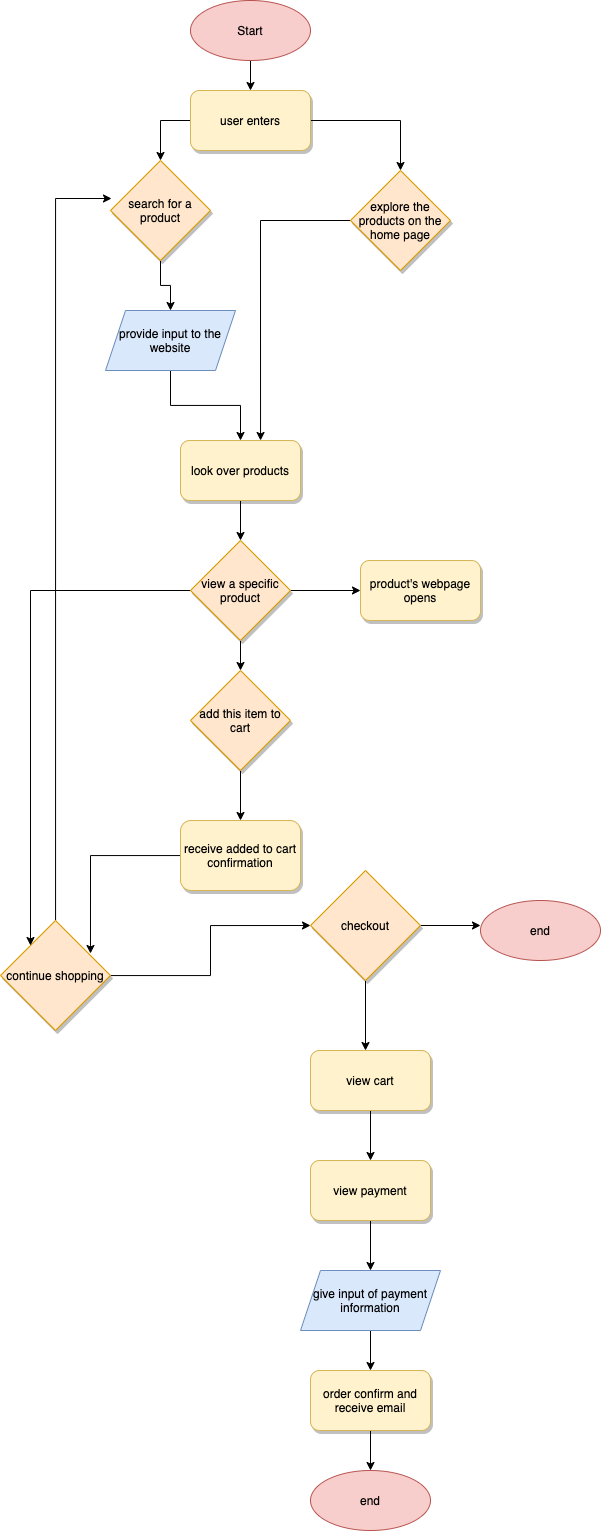
The draw.io diagram explore/diagramming/test.drawio.png in carolli014/fa21-cse110-lab4, before a commit. Source tidied: cells renumbered, new cells last; positions are measured from the earlier drawing's top-left corner, leaving out a move shared by most shapes.
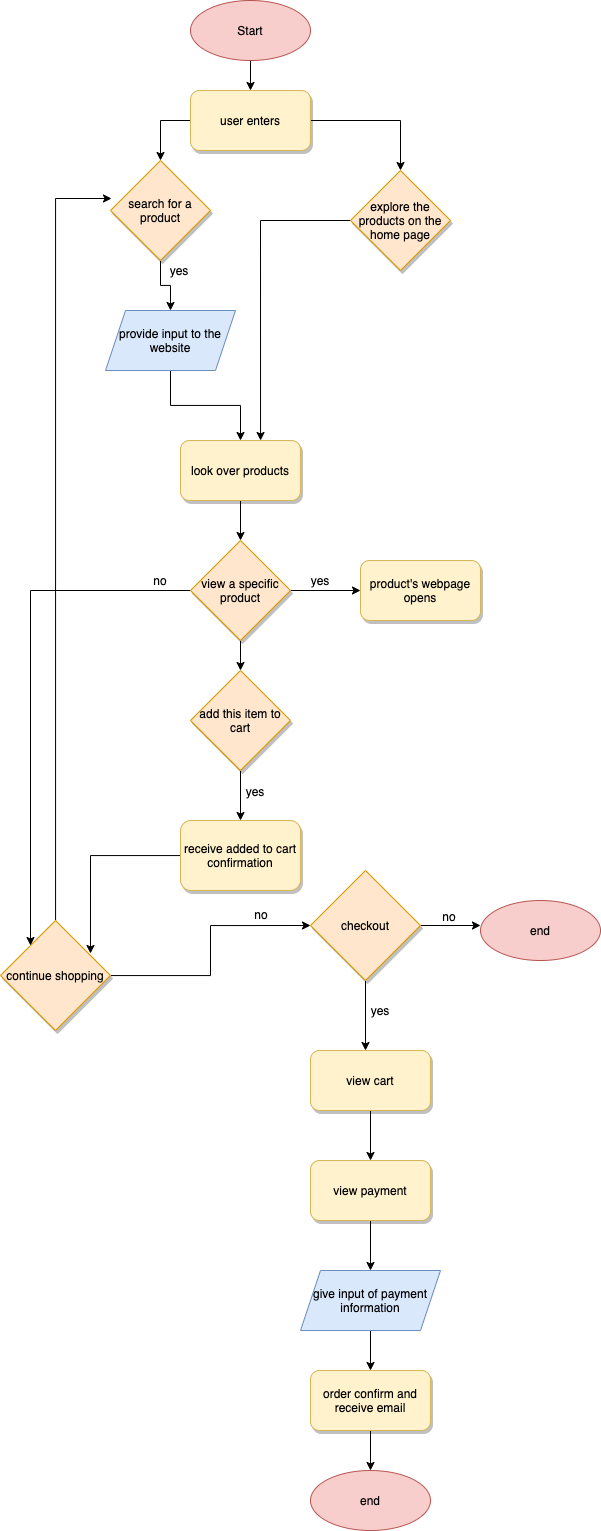
The same diagram one commit later.

What changed in the source:
```diff
@@ -70,13 +70,13 @@
     <mxCell id="21" value="checkout" style="rhombus;whiteSpace=wrap;html=1;fillColor=#ffe6cc;shadow=1;strokeColor=#d79b00;fontColor=#000000;" parent="1" vertex="1">
       <mxGeometry x="310" y="870" width="110" height="110" as="geometry" />
     </mxCell>
-    <mxCell id="22" value="no" style="text;html=1;strokeColor=none;fillColor=none;align=center;verticalAlign=middle;whiteSpace=wrap;rounded=0;shadow=1;fontColor=#FFFFFF;" parent="1" vertex="1">
+    <mxCell id="22" value="no" style="text;html=1;strokeColor=none;fillColor=none;align=center;verticalAlign=middle;whiteSpace=wrap;rounded=0;shadow=1;fontColor=#000000;" parent="1" vertex="1">
       <mxGeometry x="241" y="904" width="40" height="20" as="geometry" />
     </mxCell>
     <mxCell id="23" value="end" style="ellipse;whiteSpace=wrap;html=1;fillColor=#f8cecc;strokeColor=#b85450;fontColor=#000000;" parent="1" vertex="1">
       <mxGeometry x="480" y="900" width="120" height="60" as="geometry" />
     </mxCell>
-    <mxCell id="24" value="no" style="text;html=1;strokeColor=none;fillColor=none;align=center;verticalAlign=middle;whiteSpace=wrap;rounded=0;shadow=1;fontColor=#FFFFFF;" parent="1" vertex="1">
+    <mxCell id="24" value="no" style="text;html=1;strokeColor=none;fillColor=none;align=center;verticalAlign=middle;whiteSpace=wrap;rounded=0;shadow=1;fontColor=#000000;" parent="1" vertex="1">
       <mxGeometry x="429" y="906" width="40" height="20" as="geometry" />
     </mxCell>
     <mxCell id="25" style="edgeStyle=orthogonalEdgeStyle;rounded=0;jettySize=auto;html=1;entryX=0.5;entryY=0;entryDx=0;entryDy=0;fontColor=#FFFFFF;" parent="1" edge="1" source="26" target="29">
@@ -85,7 +85,7 @@
     <mxCell id="26" value="view cart" style="rounded=1;whiteSpace=wrap;html=1;shadow=1;fillColor=#fff2cc;strokeColor=#d6b656;fontColor=#000000;" parent="1" vertex="1">
       <mxGeometry x="310" y="1050" width="120" height="60" as="geometry" />
     </mxCell>
-    <mxCell id="27" value="yes" style="text;html=1;strokeColor=none;fillColor=none;align=center;verticalAlign=middle;whiteSpace=wrap;rounded=0;shadow=1;fontColor=#FFFFFF;" parent="1" vertex="1">
+    <mxCell id="27" value="yes" style="text;html=1;strokeColor=none;fillColor=none;align=center;verticalAlign=middle;whiteSpace=wrap;rounded=0;shadow=1;fontColor=#000000;" parent="1" vertex="1">
       <mxGeometry x="360" y="1000" width="40" height="20" as="geometry" />
     </mxCell>
     <mxCell id="28" style="edgeStyle=orthogonalEdgeStyle;rounded=0;jettySize=auto;html=1;fontColor=#FFFFFF;" parent="1" edge="1" source="29">
@@ -127,13 +127,13 @@
     <mxCell id="38" value="view a specific product" style="rhombus;whiteSpace=wrap;html=1;fillColor=#ffe6cc;shadow=1;strokeColor=#d79b00;fontColor=#000000;" parent="1" vertex="1">
       <mxGeometry x="190" y="540" width="100" height="100" as="geometry" />
     </mxCell>
-    <mxCell id="39" value="yes" style="text;html=1;strokeColor=none;fillColor=none;align=center;verticalAlign=middle;whiteSpace=wrap;rounded=0;shadow=1;fontColor=#FFFFFF;" parent="1" vertex="1">
+    <mxCell id="39" value="yes" style="text;html=1;strokeColor=none;fillColor=none;align=center;verticalAlign=middle;whiteSpace=wrap;rounded=0;shadow=1;fontColor=#000000;" parent="1" vertex="1">
       <mxGeometry x="235" y="781" width="40" height="20" as="geometry" />
     </mxCell>
-    <mxCell id="40" value="yes" style="text;html=1;strokeColor=none;fillColor=none;align=center;verticalAlign=middle;whiteSpace=wrap;rounded=0;shadow=1;fontColor=#FFFFFF;" parent="1" vertex="1">
+    <mxCell id="40" value="yes" style="text;html=1;strokeColor=none;fillColor=none;align=center;verticalAlign=middle;whiteSpace=wrap;rounded=0;shadow=1;fontColor=#000000;" parent="1" vertex="1">
       <mxGeometry x="300" y="570" width="40" height="20" as="geometry" />
     </mxCell>
-    <mxCell id="41" value="no" style="text;html=1;strokeColor=none;fillColor=none;align=center;verticalAlign=middle;whiteSpace=wrap;rounded=0;shadow=1;fontColor=#FFFFFF;" parent="1" vertex="1">
+    <mxCell id="41" value="no" style="text;html=1;strokeColor=none;fillColor=none;align=center;verticalAlign=middle;whiteSpace=wrap;rounded=0;shadow=1;fontColor=#000000;" parent="1" vertex="1">
       <mxGeometry x="140" y="570" width="40" height="20" as="geometry" />
     </mxCell>
     <mxCell id="42" style="edgeStyle=orthogonalEdgeStyle;rounded=0;jettySize=auto;html=1;fontColor=#FFFFFF;" parent="1" edge="1" source="43" target="5">
@@ -142,7 +142,7 @@
     <mxCell id="43" value="search for a product" style="rhombus;whiteSpace=wrap;html=1;fillColor=#ffe6cc;shadow=1;strokeColor=#d79b00;fontColor=#000000;" parent="1" vertex="1">
       <mxGeometry x="110" y="160" width="100" height="100" as="geometry" />
     </mxCell>
-    <mxCell id="44" value="yes" style="text;html=1;strokeColor=none;fillColor=none;align=center;verticalAlign=middle;whiteSpace=wrap;rounded=0;shadow=1;fontColor=#FFFFFF;" parent="1" vertex="1">
+    <mxCell id="44" value="yes" style="text;html=1;strokeColor=none;fillColor=none;align=center;verticalAlign=middle;whiteSpace=wrap;rounded=0;shadow=1;fontColor=#000000;" parent="1" vertex="1">
       <mxGeometry x="159" y="260" width="40" height="20" as="geometry" />
     </mxCell>
     <mxCell id="45" style="edgeStyle=orthogonalEdgeStyle;rounded=0;jettySize=auto;html=1;entryX=0.667;entryY=0;entryDx=0;entryDy=0;entryPerimeter=0;fontColor=#FFFFFF;" parent="1" edge="1" source="46" target="10">
```
